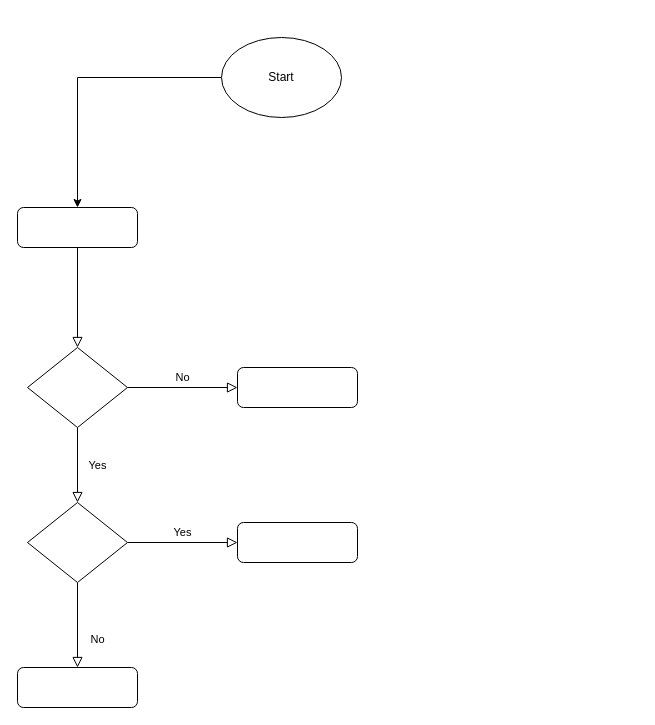
PBergstrom90/PBergstrom90 keeps this draw.io diagram as Guldkortet Flödesschema.drawio. Above is the earlier version. Source tidied: cells renumbered, new cells numbered last; positions are measured from the earlier drawing's top-left corner, leaving out a move shared by most shapes. Both pictures are drawn from the tidied source at 100%, with x=0, y=0 at pixel (17, 37).
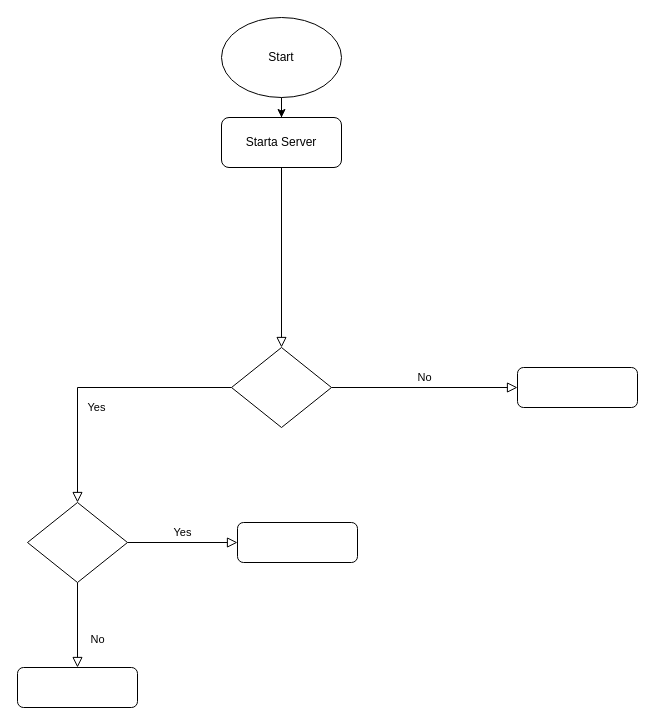
Above is the later version.

Change to the diagram source:
```diff
@@
 <mxGraphModel>
   <root>
     <mxCell id="0" />
     <mxCell id="1" parent="0" />
     <mxCell id="2" style="rounded=0;html=1;jettySize=auto;fontSize=11;endArrow=block;endFill=0;endSize=8;strokeWidth=1;shadow=0;labelBackgroundColor=none;edgeStyle=orthogonalEdgeStyle;" parent="1" edge="1" source="3" target="6">
       <mxGeometry relative="1" as="geometry" />
     </mxCell>
-    <mxCell id="3" style="rounded=1;whiteSpace=wrap;html=1;fontSize=12;glass=0;strokeWidth=1;shadow=0;" parent="1" vertex="1">
-      <mxGeometry y="170" width="120" height="40" as="geometry" />
+    <mxCell id="3" value="Starta Server" style="rounded=1;whiteSpace=wrap;html=1;fontSize=12;glass=0;strokeWidth=1;shadow=0;" parent="1" vertex="1">
+      <mxGeometry x="204" y="80" width="120" height="50" as="geometry" />
     </mxCell>
     <mxCell id="4" value="Yes" style="rounded=0;html=1;jettySize=auto;fontSize=11;endArrow=block;endFill=0;endSize=8;strokeWidth=1;shadow=0;labelBackgroundColor=none;edgeStyle=orthogonalEdgeStyle;" parent="1" edge="1" source="6" target="10">
       <mxGeometry y="20" relative="1" as="geometry" />
     </mxCell>
     <mxCell id="5" value="No" style="edgeStyle=orthogonalEdgeStyle;rounded=0;html=1;jettySize=auto;fontSize=11;endArrow=block;endFill=0;endSize=8;strokeWidth=1;shadow=0;labelBackgroundColor=none;" parent="1" edge="1" source="6" target="7">
       <mxGeometry y="10" relative="1" as="geometry" />
     </mxCell>
     <mxCell id="6" style="rhombus;whiteSpace=wrap;html=1;shadow=0;fontFamily=Helvetica;fontSize=12;align=center;strokeWidth=1;spacing=6;spacingTop=-4;" parent="1" vertex="1">
-      <mxGeometry x="10" y="310" width="100" height="80" as="geometry" />
+      <mxGeometry x="214" y="310" width="100" height="80" as="geometry" />
     </mxCell>
     <mxCell id="7" style="rounded=1;whiteSpace=wrap;html=1;fontSize=12;glass=0;strokeWidth=1;shadow=0;" parent="1" vertex="1">
-      <mxGeometry x="220" y="330" width="120" height="40" as="geometry" />
+      <mxGeometry x="500" y="330" width="120" height="40" as="geometry" />
     </mxCell>
     <mxCell id="8" value="No" style="rounded=0;html=1;jettySize=auto;fontSize=11;endArrow=block;endFill=0;endSize=8;strokeWidth=1;shadow=0;labelBackgroundColor=none;edgeStyle=orthogonalEdgeStyle;" parent="1" edge="1" source="10" target="11">
       <mxGeometry x="0.33" y="20" relative="1" as="geometry" />
     </mxCell>
     <mxCell id="9" value="Yes" style="edgeStyle=orthogonalEdgeStyle;rounded=0;html=1;jettySize=auto;fontSize=11;endArrow=block;endFill=0;endSize=8;strokeWidth=1;shadow=0;labelBackgroundColor=none;" parent="1" edge="1" source="10" target="12">
       <mxGeometry y="10" relative="1" as="geometry" />
     </mxCell>
     <mxCell id="10" style="rhombus;whiteSpace=wrap;html=1;shadow=0;fontFamily=Helvetica;fontSize=12;align=center;strokeWidth=1;spacing=6;spacingTop=-4;" parent="1" vertex="1">
       <mxGeometry x="10" y="465" width="100" height="80" as="geometry" />
     </mxCell>
     <mxCell id="11" style="rounded=1;whiteSpace=wrap;html=1;fontSize=12;glass=0;strokeWidth=1;shadow=0;" parent="1" vertex="1">
       <mxGeometry y="630" width="120" height="40" as="geometry" />
     </mxCell>
     <mxCell id="12" style="rounded=1;whiteSpace=wrap;html=1;fontSize=12;glass=0;strokeWidth=1;shadow=0;" parent="1" vertex="1">
       <mxGeometry x="220" y="485" width="120" height="40" as="geometry" />
     </mxCell>
     <mxCell id="13" style="edgeStyle=orthogonalEdgeStyle;rounded=0;jettySize=auto;html=1;" parent="1" edge="1" source="14" target="3">
       <mxGeometry relative="1" as="geometry" />
     </mxCell>
     <mxCell id="14" value="Start" style="ellipse;whiteSpace=wrap;html=1;" parent="1" vertex="1">
-      <mxGeometry x="204" width="120" height="80" as="geometry" />
+      <mxGeometry x="204" y="-20" width="120" height="80" as="geometry" />
     </mxCell>
   </root>
 </mxGraphModel>
```
